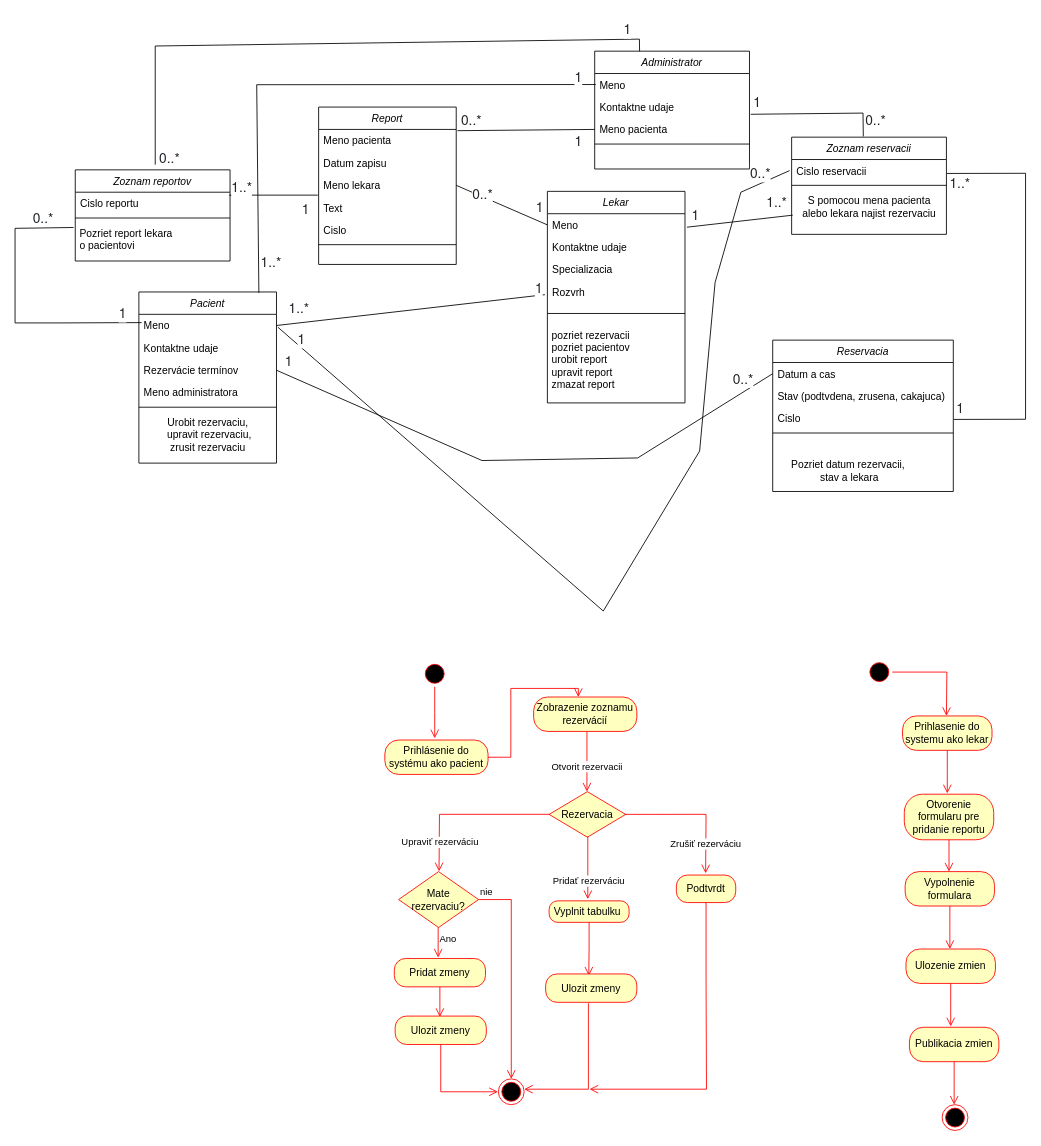
This is Диаграмма без названия.drawio from Mixa-123098/someFunProject, a draw.io file, before an edit. Source tidied: cells renumbered, new cells numbered last; positions are measured from the earlier drawing's top-left corner, leaving out a move shared by most shapes. Both pictures are drawn from the tidied source at 86%, with x=0, y=0 at pixel (15, 15).
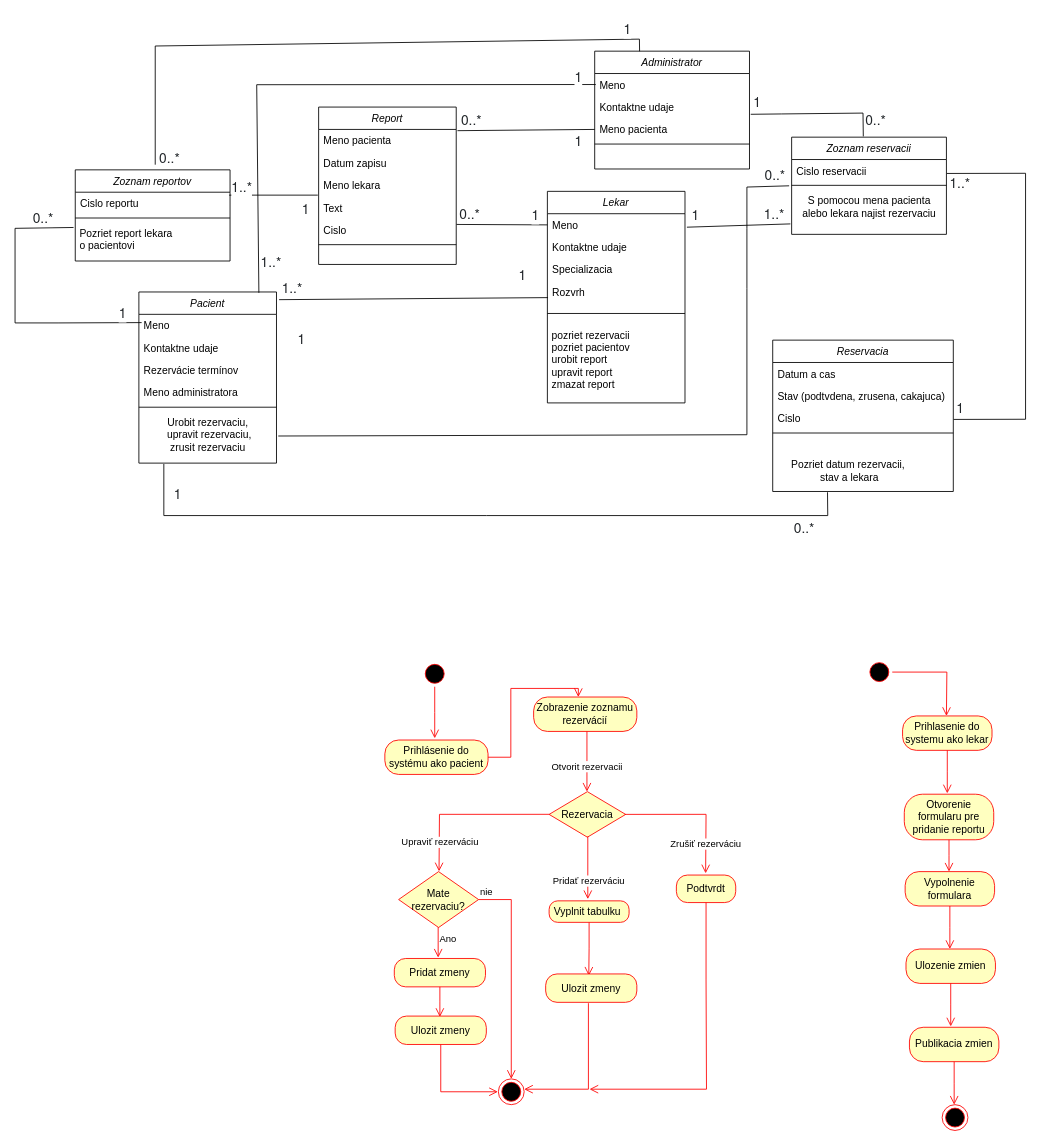
After the change.

The change refers to these unchanged cells:
```xml
<mxCell id="2" value="Pacient" style="swimlane;fontStyle=2;align=center;verticalAlign=top;horizontal=1;startSize=26;rounded=0;shadow=0;strokeWidth=1;" parent="1" vertex="1">
  <mxGeometry x="144" y="322" width="160" height="199" as="geometry" />
</mxCell>
<mxCell id="3" value="Meno" style="text;align=left;verticalAlign=top;spacingLeft=4;spacingRight=4;overflow=hidden;points=[[0,0.5],[1,0.5]];portConstraint=eastwest;" parent="2" vertex="1">
  <mxGeometry y="26" width="160" height="26" as="geometry" />
</mxCell>
<mxCell id="5" value="Rezervácie termínov" style="text;align=left;verticalAlign=top;spacingLeft=4;spacingRight=4;overflow=hidden;points=[[0,0.5],[1,0.5]];portConstraint=eastwest;rounded=0;shadow=0;html=0;" parent="2" vertex="1">
  <mxGeometry y="78" width="160" height="26" as="geometry" />
</mxCell>
<mxCell id="8" value="Urobit rezervaciu,&lt;br&gt;&amp;nbsp;upravit rezervaciu, &lt;br&gt;zrusit rezervaciu" style="text;html=1;align=center;verticalAlign=middle;points=[];strokeColor=none;fillColor=none;" parent="2" vertex="1">
  <mxGeometry y="138" width="160" height="55" as="geometry" />
</mxCell>
<mxCell id="10" value="Meno" style="text;align=left;verticalAlign=top;spacingLeft=4;spacingRight=4;overflow=hidden;points=[[0,0.5],[1,0.5]];portConstraint=eastwest;" parent="9" vertex="1">
  <mxGeometry y="26" width="160" height="26" as="geometry" />
</mxCell>
<mxCell id="13" value="Rozvrh&#10;" style="text;align=left;verticalAlign=top;spacingLeft=4;spacingRight=4;overflow=hidden;points=[[0,0.5],[1,0.5]];portConstraint=eastwest;rounded=0;shadow=0;html=0;" parent="9" vertex="1">
  <mxGeometry y="104" width="160" height="26" as="geometry" />
</mxCell>
<mxCell id="22" value="Datum a cas" style="text;align=left;verticalAlign=top;spacingLeft=4;spacingRight=4;overflow=hidden;points=[[0,0.5],[1,0.5]];portConstraint=eastwest;rounded=0;shadow=0;html=0;" parent="21" vertex="1">
  <mxGeometry y="26" width="210" height="26" as="geometry" />
</mxCell>
<mxCell id="29" value="Meno lekara" style="text;align=left;verticalAlign=top;spacingLeft=4;spacingRight=4;overflow=hidden;points=[[0,0.5],[1,0.5]];portConstraint=eastwest;rounded=0;shadow=0;html=0;" parent="26" vertex="1">
  <mxGeometry y="78" width="160" height="26" as="geometry" />
</mxCell>
<mxCell id="31" value="Cislo" style="text;align=left;verticalAlign=top;spacingLeft=4;spacingRight=4;overflow=hidden;points=[[0,0.5],[1,0.5]];portConstraint=eastwest;rounded=0;shadow=0;html=0;" parent="26" vertex="1">
  <mxGeometry y="130" width="160" height="26" as="geometry" />
</mxCell>
<mxCell id="54" value="Cislo reservacii" style="text;align=left;verticalAlign=top;spacingLeft=4;spacingRight=4;overflow=hidden;points=[[0,0.5],[1,0.5]];portConstraint=eastwest;rounded=0;shadow=0;html=0;" parent="53" vertex="1">
  <mxGeometry y="26" width="180" height="26" as="geometry" />
</mxCell>
<mxCell id="56" value="S pomocou mena pacienta &lt;br&gt;alebo lekara najist rezervaciu" style="text;html=1;align=center;verticalAlign=middle;points=[];strokeColor=none;fillColor=none;" parent="53" vertex="1">
  <mxGeometry y="60" width="180" height="41" as="geometry" />
</mxCell>
<mxCell id="108" value="Pozriet datum rezervacii,&amp;nbsp;&lt;br&gt;stav a lekara" style="text;html=1;align=center;verticalAlign=middle;points=[];strokeColor=none;fillColor=none;" parent="1" vertex="1">
  <mxGeometry x="893" y="509" width="153" height="41" as="geometry" />
</mxCell>
```

Diff of the diagram source:
```diff
@@
-    <mxCell id="33" style="endArrow=none;html=1;rounded=0;exitX=0;exitY=0.5;exitDx=0;exitDy=0;entryX=1;entryY=0.5;entryDx=0;entryDy=0;" parent="1" edge="1" source="10" target="29">
+    <mxCell id="33" style="endArrow=none;html=1;rounded=0;exitX=0;exitY=0.5;exitDx=0;exitDy=0;entryX=1.002;entryY=0.249;entryDx=0;entryDy=0;entryPerimeter=0;" parent="1" edge="1" source="10" target="31">
       <mxGeometry relative="1" as="geometry" />
     </mxCell>
@@
-    <mxCell id="35" style="endArrow=none;html=1;rounded=0;exitX=-0.018;exitY=0.621;exitDx=0;exitDy=0;entryX=1;entryY=0.5;entryDx=0;entryDy=0;exitPerimeter=0;" parent="1" edge="1" source="13" target="3">
+    <mxCell id="35" style="endArrow=none;html=1;rounded=0;exitX=0.894;exitY=1.064;exitDx=0;exitDy=0;entryX=1.019;entryY=0.045;entryDx=0;entryDy=0;exitPerimeter=0;entryPerimeter=0;" parent="1" edge="1" source="41" target="2">
       <mxGeometry relative="1" as="geometry" />
     </mxCell>
-    <mxCell id="36" style="endArrow=none;html=1;rounded=0;exitX=1;exitY=0.5;exitDx=0;exitDy=0;entryX=0;entryY=0.5;entryDx=0;entryDy=0;" parent="1" edge="1" source="5" target="22">
+    <mxCell id="36" style="endArrow=none;html=1;rounded=0;entryX=0.338;entryY=1.119;entryDx=0;entryDy=0;entryPerimeter=0;" parent="1" edge="1" target="108">
       <mxGeometry relative="1" as="geometry">
+        <mxPoint x="173" y="522" as="sourcePoint" />
         <Array as="points">
-          <mxPoint x="543" y="518" />
-          <mxPoint x="724" y="515" />
+          <mxPoint x="173" y="582" />
+          <mxPoint x="548" y="582" />
+          <mxPoint x="786" y="582" />
+          <mxPoint x="945" y="582" />
         </Array>
       </mxGeometry>
     </mxCell>
@@
     <mxCell id="38" value="&lt;span style=&quot;color: rgb(33, 37, 41); font-family: &amp;quot;Fira Sans&amp;quot;, &amp;quot;Helvetica Neue&amp;quot;, Helvetica, Arial, sans-serif; font-size: 16px; font-style: normal; font-variant-ligatures: normal; font-variant-caps: normal; font-weight: 400; letter-spacing: normal; orphans: 2; text-align: -webkit-left; text-indent: 0px; text-transform: none; widows: 2; word-spacing: 0px; -webkit-text-stroke-width: 0px; white-space: normal; background-color: rgb(255, 255, 255); text-decoration-thickness: initial; text-decoration-style: initial; text-decoration-color: initial; display: inline !important; float: none;&quot;&gt;1&lt;/span&gt;" style="text;whiteSpace=wrap;html=1;" parent="1" vertex="1">
-      <mxGeometry x="604" y="207" width="40" height="40" as="geometry" />
+      <mxGeometry x="599" y="216" width="40" height="40" as="geometry" />
     </mxCell>
     <mxCell id="39" value="&lt;span style=&quot;color: rgb(33, 37, 41); font-family: &amp;quot;Fira Sans&amp;quot;, &amp;quot;Helvetica Neue&amp;quot;, Helvetica, Arial, sans-serif; font-size: 16px; font-style: normal; font-variant-ligatures: normal; font-variant-caps: normal; font-weight: 400; letter-spacing: normal; orphans: 2; text-align: -webkit-left; text-indent: 0px; text-transform: none; widows: 2; word-spacing: 0px; -webkit-text-stroke-width: 0px; white-space: normal; background-color: rgb(255, 255, 255); text-decoration-thickness: initial; text-decoration-style: initial; text-decoration-color: initial; float: none; display: inline !important;&quot;&gt;0..*&lt;/span&gt;" style="text;whiteSpace=wrap;html=1;" parent="1" vertex="1">
-      <mxGeometry x="530" y="191" width="40" height="40" as="geometry" />
+      <mxGeometry x="515" y="215" width="40" height="40" as="geometry" />
     </mxCell>
@@
     <mxCell id="41" value="&lt;span style=&quot;color: rgb(33, 37, 41); font-family: &amp;quot;Fira Sans&amp;quot;, &amp;quot;Helvetica Neue&amp;quot;, Helvetica, Arial, sans-serif; font-size: 16px; font-style: normal; font-variant-ligatures: normal; font-variant-caps: normal; font-weight: 400; letter-spacing: normal; orphans: 2; text-align: -webkit-left; text-indent: 0px; text-transform: none; widows: 2; word-spacing: 0px; -webkit-text-stroke-width: 0px; white-space: normal; background-color: rgb(255, 255, 255); text-decoration-thickness: initial; text-decoration-style: initial; text-decoration-color: initial; display: inline !important; float: none;&quot;&gt;1&lt;/span&gt;" style="text;whiteSpace=wrap;html=1;" parent="1" vertex="1">
-      <mxGeometry x="603" y="301" width="40" height="40" as="geometry" />
+      <mxGeometry x="584" y="286" width="40" height="40" as="geometry" />
     </mxCell>
     <mxCell id="42" value="&lt;span style=&quot;color: rgb(33, 37, 41); font-family: &amp;quot;Fira Sans&amp;quot;, &amp;quot;Helvetica Neue&amp;quot;, Helvetica, Arial, sans-serif; font-size: 16px; text-align: -webkit-left; text-wrap: wrap;&quot;&gt;1..*&lt;/span&gt;" style="text;html=1;align=center;verticalAlign=middle;strokeColor=none;fillColor=none;" parent="1" vertex="1">
-      <mxGeometry x="309" y="324" width="42" height="31" as="geometry" />
+      <mxGeometry x="301" y="301" width="42" height="31" as="geometry" />
     </mxCell>
@@
     <mxCell id="47" value="&lt;span style=&quot;color: rgb(33, 37, 41); font-family: &amp;quot;Fira Sans&amp;quot;, &amp;quot;Helvetica Neue&amp;quot;, Helvetica, Arial, sans-serif; font-size: 16px; font-style: normal; font-variant-ligatures: normal; font-variant-caps: normal; font-weight: 400; letter-spacing: normal; orphans: 2; text-align: -webkit-left; text-indent: 0px; text-transform: none; widows: 2; word-spacing: 0px; -webkit-text-stroke-width: 0px; white-space: normal; background-color: rgb(255, 255, 255); text-decoration-thickness: initial; text-decoration-style: initial; text-decoration-color: initial; float: none; display: inline !important;&quot;&gt;1&lt;/span&gt;" style="text;whiteSpace=wrap;html=1;" parent="1" vertex="1">
-      <mxGeometry x="312" y="386" width="40" height="40" as="geometry" />
+      <mxGeometry x="183" y="540" width="40" height="40" as="geometry" />
     </mxCell>
     <mxCell id="48" value="&lt;span style=&quot;color: rgb(33, 37, 41); font-family: &amp;quot;Fira Sans&amp;quot;, &amp;quot;Helvetica Neue&amp;quot;, Helvetica, Arial, sans-serif; font-size: 16px; font-style: normal; font-variant-ligatures: normal; font-variant-caps: normal; font-weight: 400; letter-spacing: normal; orphans: 2; text-align: -webkit-left; text-indent: 0px; text-transform: none; widows: 2; word-spacing: 0px; -webkit-text-stroke-width: 0px; white-space: normal; background-color: rgb(255, 255, 255); text-decoration-thickness: initial; text-decoration-style: initial; text-decoration-color: initial; float: none; display: inline !important;&quot;&gt;0..*&lt;/span&gt;" style="text;whiteSpace=wrap;html=1;" parent="1" vertex="1">
-      <mxGeometry x="833" y="406" width="40" height="40" as="geometry" />
+      <mxGeometry x="904" y="580" width="40" height="40" as="geometry" />
     </mxCell>
@@
-    <mxCell id="109" style="endArrow=none;html=1;rounded=0;entryX=1.014;entryY=0.603;entryDx=0;entryDy=0;exitX=0.007;exitY=0.487;exitDx=0;exitDy=0;exitPerimeter=0;entryPerimeter=0;" parent="1" edge="1" target="10">
-      <mxGeometry relative="1" as="geometry">
-        <mxPoint x="904.3" y="232.7" as="sourcePoint" />
-      </mxGeometry>
+    <mxCell id="109" style="endArrow=none;html=1;rounded=0;entryX=1.014;entryY=0.603;entryDx=0;entryDy=0;exitX=-0.008;exitY=0.996;exitDx=0;exitDy=0;exitPerimeter=0;entryPerimeter=0;" parent="1" edge="1" source="56" target="10">
+      <mxGeometry relative="1" as="geometry" />
     </mxCell>
@@
     <mxCell id="111" value="&lt;font face=&quot;Fira Sans, Helvetica Neue, Helvetica, Arial, sans-serif&quot; color=&quot;#212529&quot;&gt;&lt;span style=&quot;font-size: 16px;&quot;&gt;1..*&lt;/span&gt;&lt;/font&gt;" style="text;whiteSpace=wrap;html=1;" parent="1" vertex="1">
-      <mxGeometry x="872" y="201" width="15" height="29" as="geometry" />
+      <mxGeometry x="869" y="215" width="15" height="29" as="geometry" />
     </mxCell>
-    <mxCell id="112" style="endArrow=none;html=1;rounded=0;exitX=-0.013;exitY=0.495;exitDx=0;exitDy=0;exitPerimeter=0;entryX=1.01;entryY=0.575;entryDx=0;entryDy=0;entryPerimeter=0;" parent="1" edge="1" source="54" target="3">
+    <mxCell id="112" style="endArrow=none;html=1;rounded=0;exitX=-0.016;exitY=1.175;exitDx=0;exitDy=0;exitPerimeter=0;entryX=1.013;entryY=0.536;entryDx=0;entryDy=0;entryPerimeter=0;" parent="1" edge="1" source="54" target="8">
       <mxGeometry relative="1" as="geometry">
         <Array as="points">
-          <mxPoint x="844" y="206" />
-          <mxPoint x="814" y="311" />
-          <mxPoint x="796" y="507" />
-          <mxPoint x="684" y="693" />
+          <mxPoint x="851" y="200" />
+          <mxPoint x="851" y="248" />
+          <mxPoint x="851" y="318" />
+          <mxPoint x="851" y="488" />
         </Array>
       </mxGeometry>
     </mxCell>
@@
     <mxCell id="114" value="&lt;span style=&quot;color: rgb(33, 37, 41); font-family: &amp;quot;Fira Sans&amp;quot;, &amp;quot;Helvetica Neue&amp;quot;, Helvetica, Arial, sans-serif; font-size: 16px; font-style: normal; font-variant-ligatures: normal; font-variant-caps: normal; font-weight: 400; letter-spacing: normal; orphans: 2; text-align: -webkit-left; text-indent: 0px; text-transform: none; widows: 2; word-spacing: 0px; -webkit-text-stroke-width: 0px; white-space: normal; background-color: rgb(255, 255, 255); text-decoration-thickness: initial; text-decoration-style: initial; text-decoration-color: initial; float: none; display: inline !important;&quot;&gt;0..*&lt;/span&gt;" style="text;whiteSpace=wrap;html=1;" parent="1" vertex="1">
-      <mxGeometry x="853" y="167" width="40" height="40" as="geometry" />
+      <mxGeometry x="870" y="169" width="40" height="40" as="geometry" />
     </mxCell>
```
